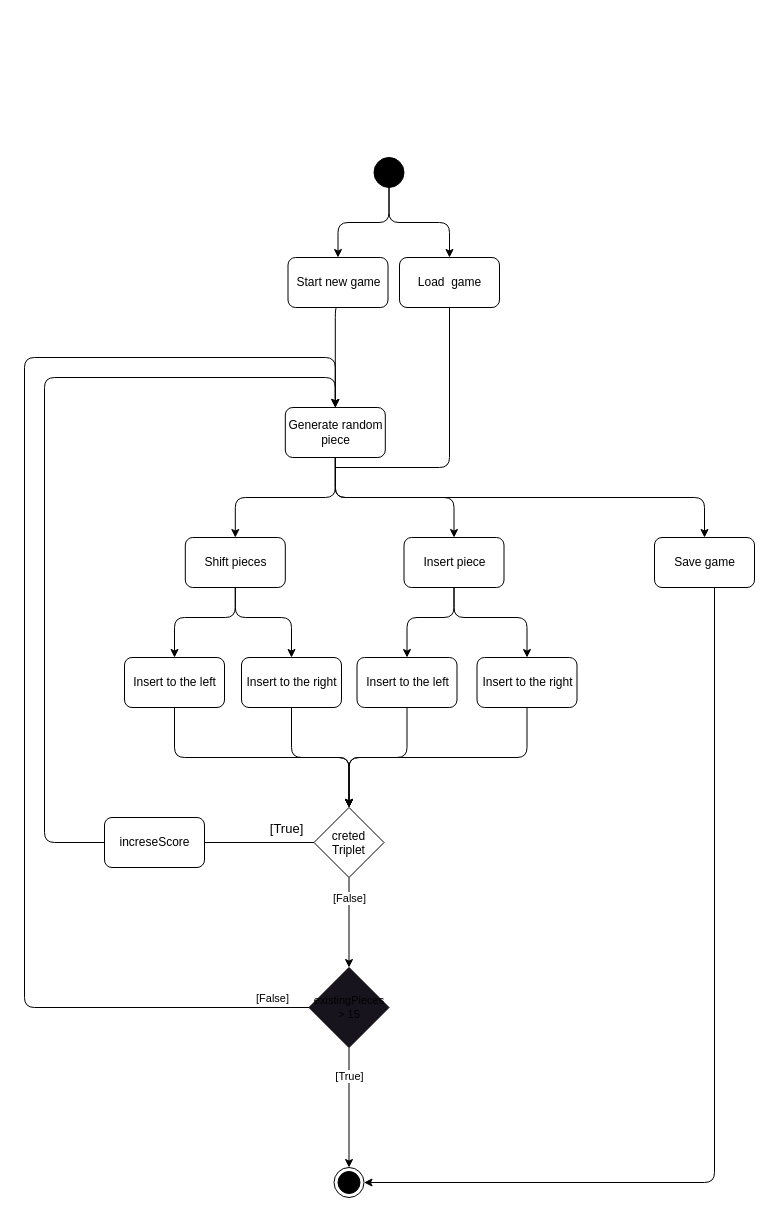
AbderrahimeEl/Tetris keeps this draw.io diagram as docs/diagrams/activityDiagram.drawio. Above is the earlier version. Source tidied: cells renumbered, new cells numbered last; positions are measured from the earlier drawing's top-left corner, leaving out a move shared by most shapes. Both pictures are drawn from the tidied source at 100%, with x=0, y=0 at pixel (24, 157).
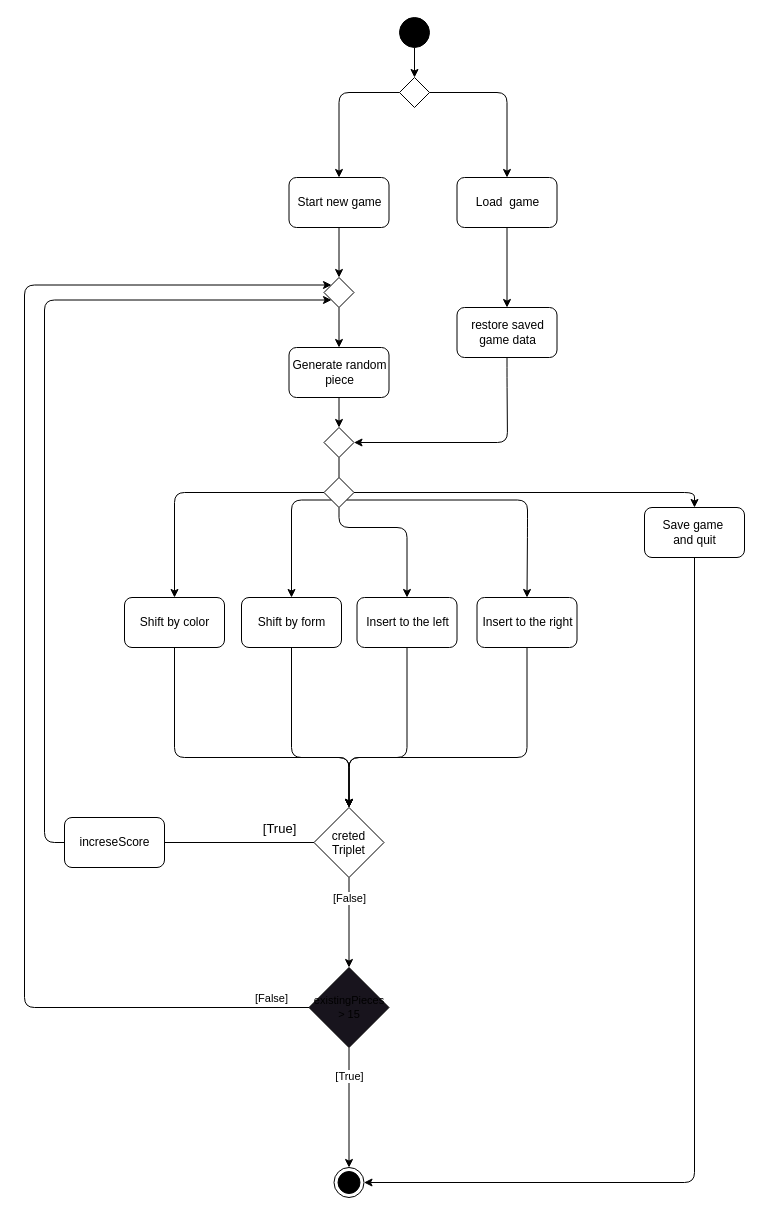
Above is the later version.

Commit message:
Update activity diagram

The change refers to these unchanged cells:
```xml
<mxCell id="35" value="existingPieces &amp;gt; 15" style="rhombus;whiteSpace=wrap;html=1;fillColor=rgb(24, 20, 29);fontSize=11;" parent="1" vertex="1">
  <mxGeometry x="284.5" y="810" width="80" height="80" as="geometry" />
</mxCell>
<mxCell id="36" style="ellipse;html=1;shape=endState;fillColor=strokeColor;" parent="1" vertex="1">
  <mxGeometry x="309.5" y="1010" width="30" height="30" as="geometry" />
</mxCell>
```

What changed in the source:
```diff
@@
-    <mxCell id="2" style="edgeStyle=orthogonalEdgeStyle;html=1;fontSize=13;exitX=0.5;exitY=1;exitDx=0;exitDy=0;" parent="1" edge="1" source="4" target="8">
+    <mxCell id="2" style="edgeStyle=orthogonalEdgeStyle;html=1;fontSize=13;exitX=1;exitY=0.5;exitDx=0;exitDy=0;" parent="1" edge="1" source="45" target="8">
       <mxGeometry relative="1" as="geometry" />
     </mxCell>
-    <mxCell id="3" style="edgeStyle=orthogonalEdgeStyle;html=1;entryX=0.5;entryY=0;entryDx=0;entryDy=0;fontSize=13;exitX=0.5;exitY=1;exitDx=0;exitDy=0;" parent="1" edge="1" source="4" target="6">
+    <mxCell id="3" style="edgeStyle=orthogonalEdgeStyle;html=1;entryX=0.5;entryY=0;entryDx=0;entryDy=0;fontSize=13;exitX=0;exitY=0.5;exitDx=0;exitDy=0;" parent="1" edge="1" source="45" target="6">
       <mxGeometry relative="1" as="geometry" />
     </mxCell>
+    <mxCell id="42" style="edgeStyle=none;html=1;exitX=0.5;exitY=1;exitDx=0;exitDy=0;entryX=0.5;entryY=0;entryDx=0;entryDy=0;endArrow=classic;endFill=1;" parent="1" edge="1" source="4" target="45">
+      <mxGeometry relative="1" as="geometry" />
+    </mxCell>
     <mxCell id="4" style="ellipse;fillColor=strokeColor;" parent="1" vertex="1">
-      <mxGeometry x="349.5" width="30" height="30" as="geometry" />
+      <mxGeometry x="375" y="-140" width="30" height="30" as="geometry" />
     </mxCell>
-    <mxCell id="5" style="edgeStyle=orthogonalEdgeStyle;html=1;entryX=0.5;entryY=0;entryDx=0;entryDy=0;exitX=0.5;exitY=1;exitDx=0;exitDy=0;" parent="1" edge="1" source="6" target="12">
-      <mxGeometry relative="1" as="geometry">
-        <Array as="points">
-          <mxPoint x="311" y="150" />
-        </Array>
-      </mxGeometry>
+    <mxCell id="5" style="edgeStyle=orthogonalEdgeStyle;html=1;exitX=0.5;exitY=1;exitDx=0;exitDy=0;entryX=0.5;entryY=0;entryDx=0;entryDy=0;" parent="1" edge="1" source="6" target="50">
+      <mxGeometry relative="1" as="geometry" />
     </mxCell>
     <mxCell id="6" value="Start new game" style="html=1;dashed=0;whitespace=wrap;rounded=1;glass=0;shadow=0;" parent="1" vertex="1">
-      <mxGeometry x="263.5" y="100" width="100" height="50" as="geometry" />
+      <mxGeometry x="264.5" y="20" width="100" height="50" as="geometry" />
     </mxCell>
-    <mxCell id="7" style="edgeStyle=orthogonalEdgeStyle;html=1;endArrow=none;endFill=0;exitX=0.5;exitY=1;exitDx=0;exitDy=0;" parent="1" edge="1" source="8">
+    <mxCell id="7" style="edgeStyle=orthogonalEdgeStyle;html=1;endArrow=classic;endFill=1;entryX=1;entryY=0.5;entryDx=0;entryDy=0;exitX=0.5;exitY=1;exitDx=0;exitDy=0;" parent="1" edge="1" source="51" target="48">
       <mxGeometry relative="1" as="geometry">
-        <mxPoint x="311" y="310" as="targetPoint" />
         <Array as="points">
-          <mxPoint x="425" y="310" />
+          <mxPoint x="483" y="220" />
+          <mxPoint x="483" y="220" />
+          <mxPoint x="483" y="285" />
         </Array>
       </mxGeometry>
     </mxCell>
+    <mxCell id="43" style="edgeStyle=none;html=1;entryX=0.5;entryY=0;entryDx=0;entryDy=0;endArrow=classic;endFill=1;" parent="1" edge="1" source="8" target="51">
+      <mxGeometry relative="1" as="geometry" />
+    </mxCell>
     <mxCell id="8" value="Load&amp;nbsp; game" style="html=1;dashed=0;whitespace=wrap;rounded=1;glass=0;shadow=0;" parent="1" vertex="1">
-      <mxGeometry x="375" y="100" width="100" height="50" as="geometry" />
+      <mxGeometry x="432.5" y="20" width="100" height="50" as="geometry" />
     </mxCell>
-    <mxCell id="9" style="edgeStyle=orthogonalEdgeStyle;html=1;entryX=0.5;entryY=0;entryDx=0;entryDy=0;exitX=0.5;exitY=1;exitDx=0;exitDy=0;" parent="1" edge="1" source="12" target="14">
-      <mxGeometry relative="1" as="geometry" />
-    </mxCell>
-    <mxCell id="10" style="edgeStyle=orthogonalEdgeStyle;html=1;entryX=0.5;entryY=0;entryDx=0;entryDy=0;exitX=0.5;exitY=1;exitDx=0;exitDy=0;" parent="1" edge="1" source="12" target="17">
-      <mxGeometry relative="1" as="geometry">
-        <Array as="points">
-          <mxPoint x="311" y="340" />
-          <mxPoint x="429" y="340" />
-        </Array>
-      </mxGeometry>
-    </mxCell>
-    <mxCell id="11" style="edgeStyle=orthogonalEdgeStyle;html=1;fontSize=13;entryX=0.5;entryY=0;entryDx=0;entryDy=0;exitX=0.5;exitY=1;exitDx=0;exitDy=0;" parent="1" edge="1" source="12" target="38">
+    <mxCell id="11" style="edgeStyle=orthogonalEdgeStyle;html=1;fontSize=13;entryX=0.5;entryY=0;entryDx=0;entryDy=0;exitX=1;exitY=0.5;exitDx=0;exitDy=0;" parent="1" edge="1" source="46" target="38">
       <mxGeometry relative="1" as="geometry" />
     </mxCell>
+    <mxCell id="44" style="edgeStyle=none;html=1;exitX=0.5;exitY=1;exitDx=0;exitDy=0;entryX=0.5;entryY=0;entryDx=0;entryDy=0;endArrow=classic;endFill=1;" parent="1" edge="1" source="12" target="48">
+      <mxGeometry relative="1" as="geometry" />
+    </mxCell>
     <mxCell id="12" value="Generate random &lt;br&gt;piece" style="html=1;dashed=0;whitespace=wrap;rounded=1;glass=0;shadow=0;" parent="1" vertex="1">
-      <mxGeometry x="260.8" y="250" width="100" height="50" as="geometry" />
+      <mxGeometry x="264.5" y="190" width="100" height="50" as="geometry" />
     </mxCell>
-    <mxCell id="13" style="edgeStyle=orthogonalEdgeStyle;html=1;entryX=0.5;entryY=0;entryDx=0;entryDy=0;exitX=0.5;exitY=1;exitDx=0;exitDy=0;" parent="1" edge="1" source="14" target="26">
+    <mxCell id="13" style="edgeStyle=orthogonalEdgeStyle;html=1;entryX=0.5;entryY=0;entryDx=0;entryDy=0;exitX=0;exitY=0.5;exitDx=0;exitDy=0;startArrow=none;" parent="1" edge="1" source="46" target="26">
       <mxGeometry relative="1" as="geometry">
         <Array as="points">
-          <mxPoint x="211" y="460" />
-          <mxPoint x="150" y="460" />
+          <mxPoint x="150" y="335" />
         </Array>
       </mxGeometry>
     </mxCell>
-    <mxCell id="14" value="Shift pieces" style="html=1;dashed=0;whitespace=wrap;rounded=1;glass=0;shadow=0;" parent="1" vertex="1">
-      <mxGeometry x="160.8" y="380" width="100" height="50" as="geometry" />
-    </mxCell>
-    <mxCell id="15" style="edgeStyle=orthogonalEdgeStyle;html=1;exitX=0.5;exitY=1;exitDx=0;exitDy=0;entryX=0.5;entryY=0;entryDx=0;entryDy=0;" parent="1" edge="1" source="17" target="21">
+    <mxCell id="15" style="edgeStyle=orthogonalEdgeStyle;html=1;entryX=0.5;entryY=0;entryDx=0;entryDy=0;exitX=0.5;exitY=1;exitDx=0;exitDy=0;" parent="1" edge="1" source="46" target="21">
       <mxGeometry relative="1" as="geometry">
         <Array as="points">
-          <mxPoint x="430" y="460" />
-          <mxPoint x="383" y="460" />
+          <mxPoint x="315" y="370" />
+          <mxPoint x="383" y="370" />
         </Array>
       </mxGeometry>
     </mxCell>
-    <mxCell id="16" style="edgeStyle=orthogonalEdgeStyle;html=1;entryX=0.5;entryY=0;entryDx=0;entryDy=0;" parent="1" edge="1" source="17" target="19">
+    <mxCell id="16" style="edgeStyle=orthogonalEdgeStyle;html=1;entryX=0.5;entryY=0;entryDx=0;entryDy=0;exitX=1;exitY=1;exitDx=0;exitDy=0;" parent="1" edge="1" source="46" target="19">
       <mxGeometry relative="1" as="geometry">
         <Array as="points">
-          <mxPoint x="430" y="460" />
-          <mxPoint x="503" y="460" />
+          <mxPoint x="503" y="343" />
+          <mxPoint x="503" y="370" />
+          <mxPoint x="503" y="370" />
         </Array>
       </mxGeometry>
     </mxCell>
-    <mxCell id="17" value="Insert piece" style="html=1;dashed=0;whitespace=wrap;rounded=1;glass=0;shadow=0;" parent="1" vertex="1">
-      <mxGeometry x="379.5" y="380" width="100" height="50" as="geometry" />
-    </mxCell>
@@
     <mxCell id="19" value="Insert to the right" style="html=1;dashed=0;whitespace=wrap;rounded=1;glass=0;shadow=0;" parent="1" vertex="1">
-      <mxGeometry x="452.5" y="500" width="100" height="50" as="geometry" />
+      <mxGeometry x="452.5" y="440" width="100" height="50" as="geometry" />
     </mxCell>
@@
     <mxCell id="21" value="Insert to the left" style="html=1;dashed=0;whitespace=wrap;rounded=1;glass=0;shadow=0;" parent="1" vertex="1">
-      <mxGeometry x="332.5" y="500" width="100" height="50" as="geometry" />
+      <mxGeometry x="332.5" y="440" width="100" height="50" as="geometry" />
     </mxCell>
-    <mxCell id="22" style="edgeStyle=orthogonalEdgeStyle;html=1;entryX=0.5;entryY=0;entryDx=0;entryDy=0;exitX=0.5;exitY=1;exitDx=0;exitDy=0;" parent="1" edge="1" source="14" target="24">
+    <mxCell id="22" style="edgeStyle=orthogonalEdgeStyle;html=1;entryX=0.5;entryY=0;entryDx=0;entryDy=0;exitX=0;exitY=1;exitDx=0;exitDy=0;" parent="1" edge="1" source="46" target="24">
       <mxGeometry relative="1" as="geometry">
         <Array as="points">
-          <mxPoint x="211" y="460" />
-          <mxPoint x="267" y="460" />
+          <mxPoint x="267" y="343" />
         </Array>
       </mxGeometry>
     </mxCell>
@@
-    <mxCell id="24" value="Insert to the right" style="html=1;dashed=0;whitespace=wrap;rounded=1;glass=0;shadow=0;" parent="1" vertex="1">
-      <mxGeometry x="217" y="500" width="100" height="50" as="geometry" />
+    <mxCell id="24" value="Shift by form" style="html=1;dashed=0;whitespace=wrap;rounded=1;glass=0;shadow=0;" parent="1" vertex="1">
+      <mxGeometry x="217" y="440" width="100" height="50" as="geometry" />
     </mxCell>
@@
-    <mxCell id="26" value="Insert to the left" style="html=1;dashed=0;whitespace=wrap;rounded=1;glass=0;shadow=0;" parent="1" vertex="1">
-      <mxGeometry x="100" y="500" width="100" height="50" as="geometry" />
+    <mxCell id="26" value="Shift by color" style="html=1;dashed=0;whitespace=wrap;rounded=1;glass=0;shadow=0;" parent="1" vertex="1">
+      <mxGeometry x="100" y="440" width="100" height="50" as="geometry" />
     </mxCell>
-    <mxCell id="27" style="edgeStyle=orthogonalEdgeStyle;html=1;entryX=0.5;entryY=0;entryDx=0;entryDy=0;exitX=0;exitY=0.5;exitDx=0;exitDy=0;" parent="1" edge="1" source="41" target="12">
+    <mxCell id="27" style="edgeStyle=orthogonalEdgeStyle;html=1;entryX=0;entryY=1;entryDx=0;entryDy=0;exitX=0;exitY=0.5;exitDx=0;exitDy=0;" parent="1" edge="1" source="41" target="50">
       <mxGeometry relative="1" as="geometry">
         <Array as="points">
           <mxPoint x="20" y="685" />
-          <mxPoint x="20" y="220" />
-          <mxPoint x="311" y="220" />
+          <mxPoint x="20" y="143" />
         </Array>
       </mxGeometry>
     </mxCell>
@@
-    <mxCell id="31" style="edgeStyle=orthogonalEdgeStyle;html=1;entryX=0.5;entryY=0;entryDx=0;entryDy=0;" parent="1" edge="1" source="35" target="12">
+    <mxCell id="31" style="edgeStyle=orthogonalEdgeStyle;html=1;entryX=0;entryY=0;entryDx=0;entryDy=0;" parent="1" edge="1" source="35" target="50">
       <mxGeometry relative="1" as="geometry">
         <Array as="points">
           <mxPoint y="850" />
-          <mxPoint y="200" />
-          <mxPoint x="311" y="200" />
+          <mxPoint y="127" />
         </Array>
       </mxGeometry>
     </mxCell>
@@
-    <mxCell id="37" style="edgeStyle=orthogonalEdgeStyle;html=1;entryX=1;entryY=0.5;entryDx=0;entryDy=0;fontSize=13;" parent="1" edge="1" source="38" target="36">
+    <mxCell id="37" style="edgeStyle=orthogonalEdgeStyle;html=1;entryX=1;entryY=0.5;entryDx=0;entryDy=0;fontSize=13;exitX=0.5;exitY=1;exitDx=0;exitDy=0;" parent="1" edge="1" source="38" target="36">
       <mxGeometry relative="1" as="geometry">
         <Array as="points">
-          <mxPoint x="690" y="1025" />
+          <mxPoint x="670" y="1025" />
         </Array>
       </mxGeometry>
     </mxCell>
-    <mxCell id="38" value="Save game" style="html=1;dashed=0;whitespace=wrap;rounded=1;glass=0;shadow=0;" parent="1" vertex="1">
-      <mxGeometry x="630" y="380" width="100" height="50" as="geometry" />
+    <mxCell id="38" value="Save game&amp;nbsp;&lt;br&gt;and quit" style="html=1;dashed=0;whitespace=wrap;rounded=1;glass=0;shadow=0;" parent="1" vertex="1">
+      <mxGeometry x="620" y="350" width="100" height="50" as="geometry" />
     </mxCell>
@@
     <mxCell id="41" value="increseScore" style="html=1;dashed=0;whitespace=wrap;rounded=1;glass=0;shadow=0;" parent="1" vertex="1">
-      <mxGeometry x="80" y="660" width="100" height="50" as="geometry" />
+      <mxGeometry x="40" y="660" width="100" height="50" as="geometry" />
     </mxCell>
+    <mxCell id="45" style="rhombus;" parent="1" vertex="1">
+      <mxGeometry x="375" y="-80" width="30" height="30" as="geometry" />
+    </mxCell>
+    <mxCell id="46" style="rhombus;" parent="1" vertex="1">
+      <mxGeometry x="299.5" y="320" width="30" height="30" as="geometry" />
+    </mxCell>
+    <mxCell id="47" style="edgeStyle=none;html=1;exitX=0.5;exitY=1;exitDx=0;exitDy=0;entryX=0.5;entryY=0;entryDx=0;entryDy=0;endArrow=none;endFill=0;" parent="1" edge="1" source="48" target="46">
+      <mxGeometry relative="1" as="geometry" />
+    </mxCell>
+    <mxCell id="48" style="rhombus;" parent="1" vertex="1">
+      <mxGeometry x="299.5" y="270" width="30" height="30" as="geometry" />
+    </mxCell>
+    <mxCell id="49" style="edgeStyle=none;html=1;entryX=0.5;entryY=0;entryDx=0;entryDy=0;endArrow=classic;endFill=1;" parent="1" edge="1" source="50" target="12">
+      <mxGeometry relative="1" as="geometry" />
+    </mxCell>
+    <mxCell id="50" style="rhombus;" parent="1" vertex="1">
+      <mxGeometry x="299.5" y="120" width="30" height="30" as="geometry" />
+    </mxCell>
+    <mxCell id="51" value="restore saved &lt;br&gt;game data" style="html=1;dashed=0;whitespace=wrap;rounded=1;glass=0;shadow=0;" parent="1" vertex="1">
+      <mxGeometry x="432.5" y="150" width="100" height="50" as="geometry" />
+    </mxCell>
```
